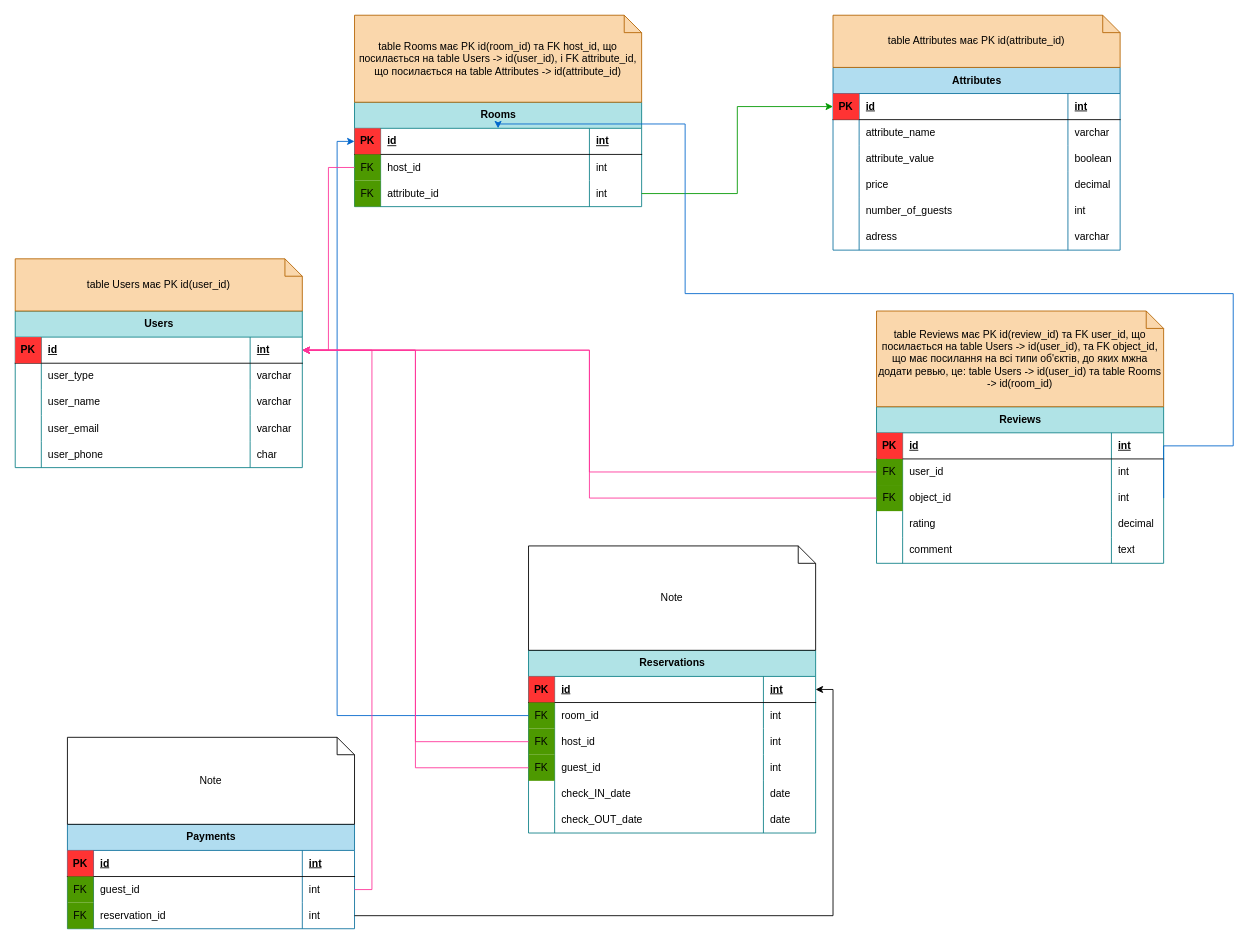
Earlier version of the draw.io diagram airbnb_diagram.drawio (Olha-Zhernosek/projector_homeworks). Source tidied: cells renumbered, new cells numbered last; positions are measured from the earlier drawing's top-left corner, leaving out a move shared by most shapes. Both pictures are drawn from the tidied source at 87%, with x=0, y=0 at pixel (15, 15).
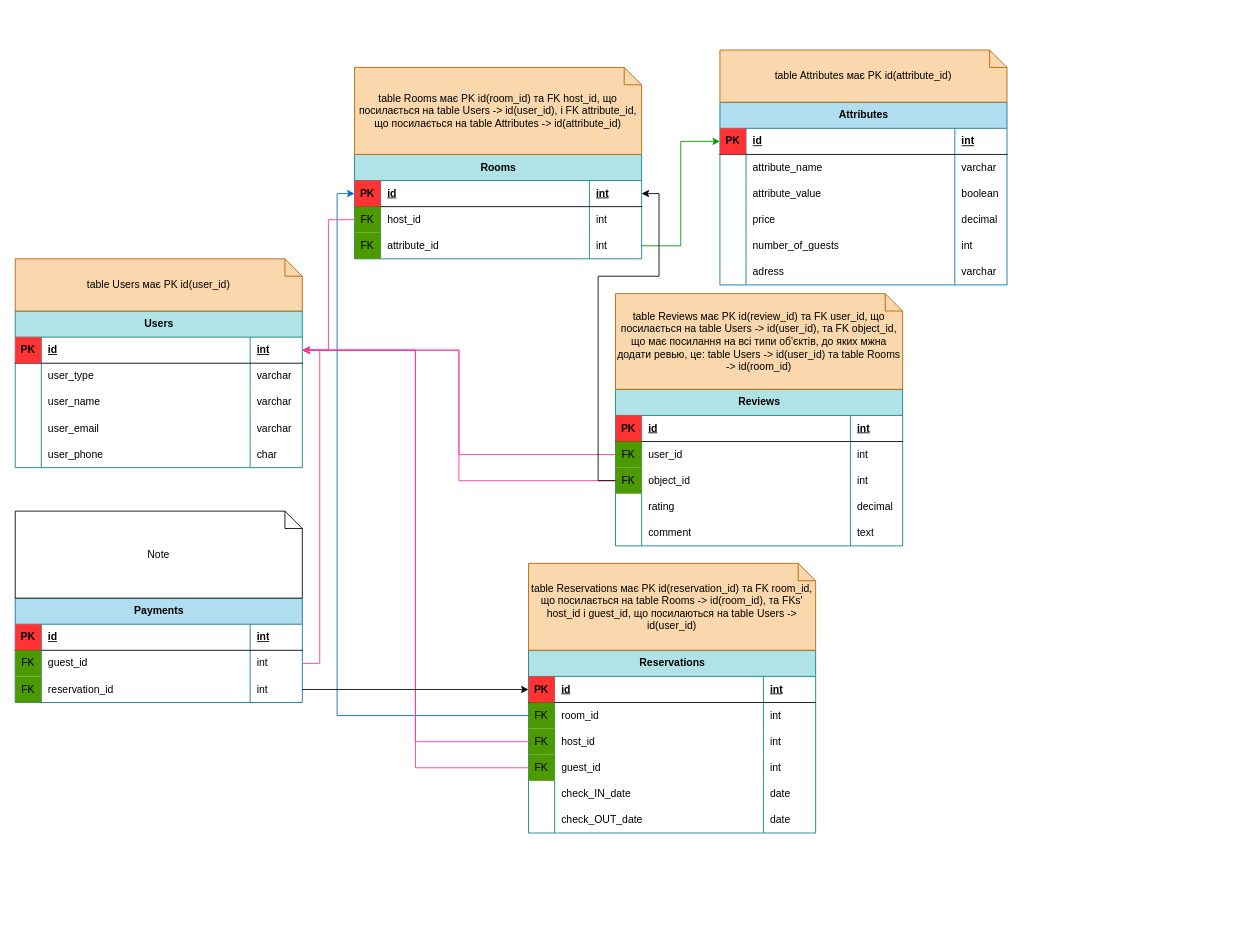
The same page after the edit.

Unchanged cells that the change refers to:
```xml
<mxCell id="32" style="shape=tableRow;horizontal=0;startSize=0;swimlaneHead=0;swimlaneBody=0;fillColor=none;points=[[0,0.5],[1,0.5]];portConstraint=eastwest;top=0;left=0;right=0;bottom=0;" parent="23" vertex="1">
  <mxGeometry y="90" width="330" height="30" as="geometry" />
</mxCell>
<mxCell id="45" style="shape=tableRow;horizontal=0;startSize=0;swimlaneHead=0;swimlaneBody=0;fillColor=none;points=[[0,0.5],[1,0.5]];portConstraint=eastwest;top=0;left=0;right=0;bottom=1;" parent="44" vertex="1">
  <mxGeometry y="30" width="330" height="30" as="geometry" />
</mxCell>
<mxCell id="70" style="shape=tableRow;horizontal=0;startSize=0;swimlaneHead=0;swimlaneBody=0;fillColor=none;points=[[0,0.5],[1,0.5]];portConstraint=eastwest;top=0;left=0;right=0;bottom=1;" parent="69" vertex="1">
  <mxGeometry y="30" width="330" height="30" as="geometry" />
</mxCell>
<mxCell id="122" style="shape=tableRow;horizontal=0;startSize=0;swimlaneHead=0;swimlaneBody=0;fillColor=none;points=[[0,0.5],[1,0.5]];portConstraint=eastwest;top=0;left=0;right=0;bottom=0;" parent="113" vertex="1">
  <mxGeometry y="90" width="330" height="30" as="geometry" />
</mxCell>
```

Change to the diagram source:
```diff
@@
     <mxCell id="23" value="Reviews" style="shape=table;startSize=30;childLayout=tableLayout;rowLines=0;fontStyle=1;align=center;html=1;fillColor=#b0e3e6;strokeColor=#0e8088;" parent="1" vertex="1">
-      <mxGeometry x="990" y="450" width="330" height="180" as="geometry" />
+      <mxGeometry x="690" y="430" width="330" height="180" as="geometry" />
     </mxCell>
@@
     <mxCell id="69" value="Rooms" style="shape=table;startSize=30;childLayout=tableLayout;rowLines=0;fontStyle=1;align=center;html=1;fillColor=#b0e3e6;strokeColor=#0e8088;" parent="1" vertex="1">
-      <mxGeometry x="390" y="100" width="330" height="120" as="geometry" />
+      <mxGeometry x="390" y="160" width="330" height="120" as="geometry" />
     </mxCell>
@@
     <mxCell id="82" value="Attributes" style="shape=table;startSize=30;childLayout=tableLayout;rowLines=0;fontStyle=1;align=center;html=1;fillColor=#b1ddf0;strokeColor=#10739e;" parent="1" vertex="1">
-      <mxGeometry x="940" y="60" width="330" height="210" as="geometry" />
+      <mxGeometry x="810" y="100" width="330" height="210" as="geometry" />
     </mxCell>
@@
     <mxCell id="113" value="Payments" style="shape=table;startSize=30;childLayout=tableLayout;rowLines=0;fontStyle=1;align=center;html=1;fillColor=#b1ddf0;strokeColor=#10739e;" parent="1" vertex="1">
-      <mxGeometry x="60" y="930" width="330" height="120" as="geometry" />
+      <mxGeometry y="670" width="330" height="120" as="geometry" />
     </mxCell>
@@
-    <mxCell id="127" style="edgeStyle=orthogonalEdgeStyle;rounded=0;jettySize=auto;html=1;exitX=1;exitY=0.5;exitDx=0;exitDy=0;entryX=1;entryY=0.5;entryDx=0;entryDy=0;" parent="1" edge="1" source="122" target="45">
-      <mxGeometry relative="1" as="geometry" />
-    </mxCell>
@@
-    <mxCell id="129" style="edgeStyle=orthogonalEdgeStyle;rounded=0;jettySize=auto;html=1;exitX=1;exitY=0.5;exitDx=0;exitDy=0;fillColor=#0066CC;strokeColor=#0066CC;" parent="1" edge="1" source="32" target="70">
-      <mxGeometry relative="1" as="geometry">
-        <Array as="points">
-          <mxPoint x="1400" y="495" />
-          <mxPoint x="1400" y="320" />
-          <mxPoint x="770" y="320" />
-          <mxPoint x="770" y="125" />
-        </Array>
-      </mxGeometry>
-    </mxCell>
@@
     <mxCell id="131" value="table Rooms має PK id(room_id) та FK host_id, що посилається на table Users -&amp;gt; id(user_id), і FK attribute_id, що посилається на table Attributes -&amp;gt; id(attribute_id)" style="shape=note;size=20;whiteSpace=wrap;html=1;fillColor=#fad7ac;strokeColor=#b46504;" parent="1" vertex="1">
-      <mxGeometry x="390" width="330" height="100" as="geometry" />
+      <mxGeometry x="390" y="60" width="330" height="100" as="geometry" />
     </mxCell>
     <mxCell id="132" value="table Attributes має PK id(attribute_id)" style="shape=note;size=20;whiteSpace=wrap;html=1;fillColor=#fad7ac;strokeColor=#b46504;" parent="1" vertex="1">
-      <mxGeometry x="940" width="330" height="60" as="geometry" />
+      <mxGeometry x="810" y="40" width="330" height="60" as="geometry" />
     </mxCell>
     <mxCell id="133" value="table Reviews має PK id(review_id) та FK user_id, що посилається на table Users -&amp;gt; id(user_id), та FK object_id, що має посилання на всі типи об'єктів, до яких мжна додати ревью, це: table Users -&amp;gt; id(user_id) та table Rooms -&amp;gt; id(room_id)" style="shape=note;size=20;whiteSpace=wrap;html=1;fillColor=#fad7ac;strokeColor=#b46504;" parent="1" vertex="1">
-      <mxGeometry x="990" y="340" width="330" height="110" as="geometry" />
+      <mxGeometry x="690" y="320" width="330" height="110" as="geometry" />
     </mxCell>
-    <mxCell id="134" value="Note" style="shape=note;size=20;whiteSpace=wrap;html=1;" parent="1" vertex="1">
-      <mxGeometry x="590" y="610" width="330" height="120" as="geometry" />
+    <mxCell id="134" value="table Reservations має PK id(reservation_id) та FK room_id, що посилається на table Rooms -&amp;gt; id(room_id), та FKs' host_id і guest_id, що посилаються на table Users -&amp;gt; id(user_id)" style="shape=note;size=20;whiteSpace=wrap;html=1;fillColor=#fad7ac;strokeColor=#b46504;" parent="1" vertex="1">
+      <mxGeometry x="590" y="630" width="330" height="100" as="geometry" />
     </mxCell>
+    <mxCell id="129" style="edgeStyle=orthogonalEdgeStyle;rounded=0;jettySize=auto;html=1;exitX=0;exitY=0.5;exitDx=0;exitDy=0;entryX=1;entryY=0.5;entryDx=0;entryDy=0;" parent="1" edge="1" source="32" target="70">
+      <mxGeometry relative="1" as="geometry">
+        <Array as="points">
+          <mxPoint x="670" y="535" />
+          <mxPoint x="670" y="300" />
+          <mxPoint x="740" y="300" />
+          <mxPoint x="740" y="205" />
+        </Array>
+      </mxGeometry>
+    </mxCell>
+    <mxCell id="127" style="edgeStyle=orthogonalEdgeStyle;rounded=0;jettySize=auto;html=1;exitX=1;exitY=0.5;exitDx=0;exitDy=0;entryX=0;entryY=0.5;entryDx=0;entryDy=0;" parent="1" edge="1" source="122" target="45">
+      <mxGeometry relative="1" as="geometry" />
+    </mxCell>
     <mxCell id="135" value="Note" style="shape=note;size=20;whiteSpace=wrap;html=1;" parent="1" vertex="1">
-      <mxGeometry x="60" y="830" width="330" height="100" as="geometry" />
+      <mxGeometry y="570" width="330" height="100" as="geometry" />
     </mxCell>
```
